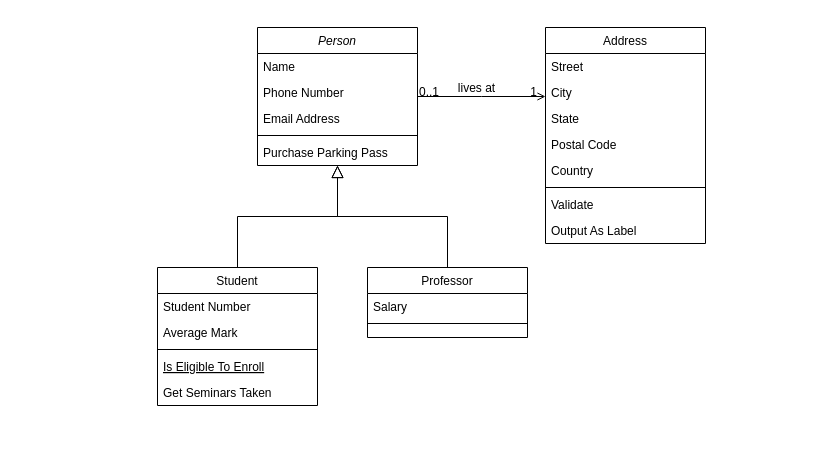
Above: 未命名绘图.drawio in Arcopsyder/tes (draw.io), before the change. Source tidied: cells renumbered, new cells numbered last; positions are measured from the earlier drawing's top-left corner, leaving out a move shared by most shapes. Both pictures are drawn from the tidied source at 100%, with x=0, y=0 at pixel (157, 27).
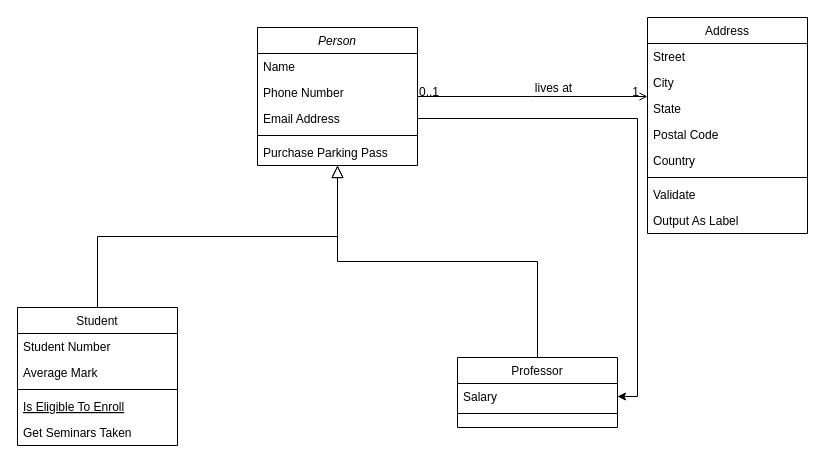
The same diagram, later.

Commit message (it also covers changes not shown here):
更新未命名绘图.drawio

The change refers to these unchanged cells:
```xml
<mxCell id="5" value="Email Address" style="text;align=left;verticalAlign=top;spacingLeft=4;spacingRight=4;overflow=hidden;points=[[0,0.5],[1,0.5]];portConstraint=eastwest;rounded=0;shadow=0;html=0;" parent="2" vertex="1">
  <mxGeometry y="78" width="160" height="26" as="geometry" />
</mxCell>
<mxCell id="16" value="Salary" style="text;align=left;verticalAlign=top;spacingLeft=4;spacingRight=4;overflow=hidden;points=[[0,0.5],[1,0.5]];portConstraint=eastwest;" parent="15" vertex="1">
  <mxGeometry y="26" width="160" height="26" as="geometry" />
</mxCell>
```

Change to the diagram source:
```diff
@@
     <mxCell id="8" value="Student" style="swimlane;fontStyle=0;align=center;verticalAlign=top;horizontal=1;startSize=26;rounded=0;shadow=0;strokeWidth=1;" parent="1" vertex="1">
-      <mxGeometry y="240" width="160" height="138" as="geometry" />
+      <mxGeometry x="-140" y="280" width="160" height="138" as="geometry" />
     </mxCell>
@@
     <mxCell id="15" value="Professor" style="swimlane;fontStyle=0;align=center;verticalAlign=top;horizontal=1;startSize=26;rounded=0;shadow=0;strokeWidth=1;" parent="1" vertex="1">
-      <mxGeometry x="210" y="240" width="160" height="70" as="geometry" />
+      <mxGeometry x="300" y="330" width="160" height="70" as="geometry" />
     </mxCell>
@@
     <mxCell id="19" value="Address" style="swimlane;fontStyle=0;align=center;verticalAlign=top;horizontal=1;startSize=26;rounded=0;shadow=0;strokeWidth=1;" parent="1" vertex="1">
-      <mxGeometry x="388" width="160" height="216" as="geometry" />
+      <mxGeometry x="490" y="-10" width="160" height="216" as="geometry" />
     </mxCell>
@@
+    <mxCell id="32" style="edgeStyle=orthogonalEdgeStyle;rounded=0;jettySize=auto;html=1;exitX=1;exitY=0.5;exitDx=0;exitDy=0;entryX=1;entryY=0.5;entryDx=0;entryDy=0;" parent="1" edge="1" source="5" target="16">
+      <mxGeometry relative="1" as="geometry" />
+    </mxCell>
```
